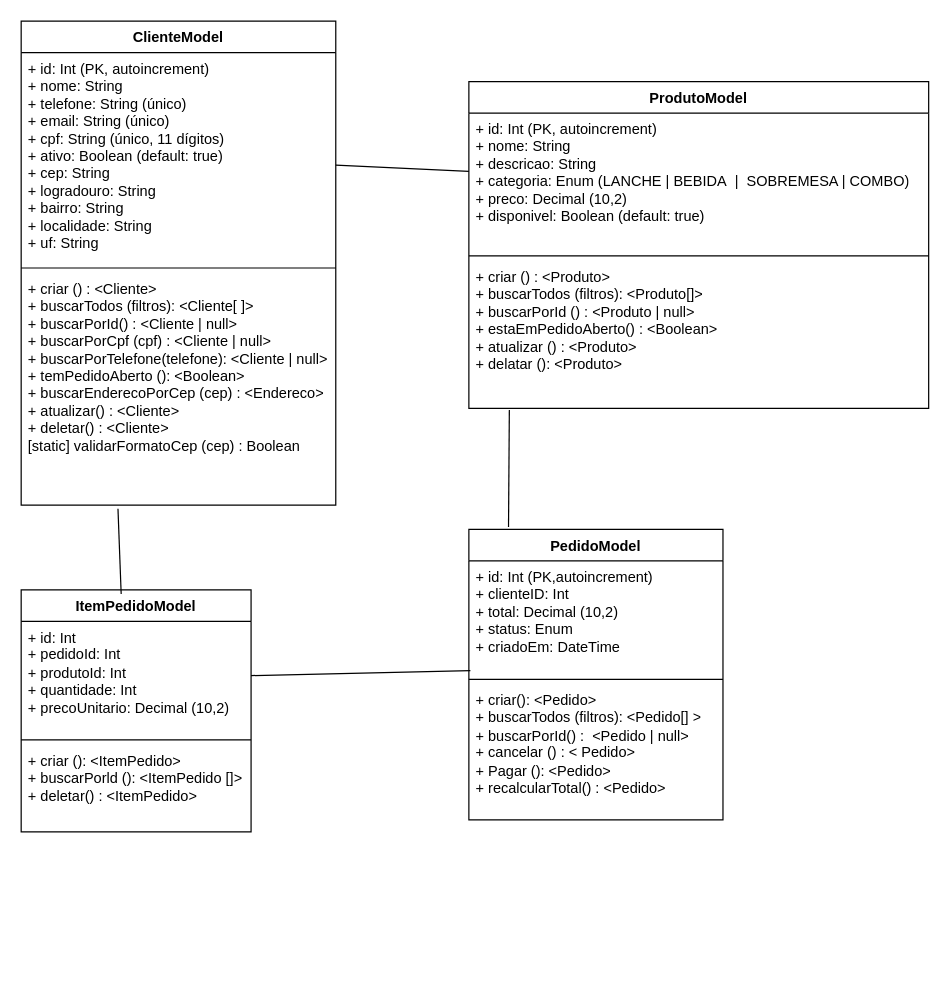
Above: uml/poo.drawio in dudaguimaraes11/lanchonete-backend (draw.io), before the change. Source tidied: cells renumbered, new cells numbered last; positions are measured from the earlier drawing's top-left corner, leaving out a move shared by most shapes. Both pictures are drawn from the tidied source at 121%, with x=0, y=0 at pixel (21, 21).
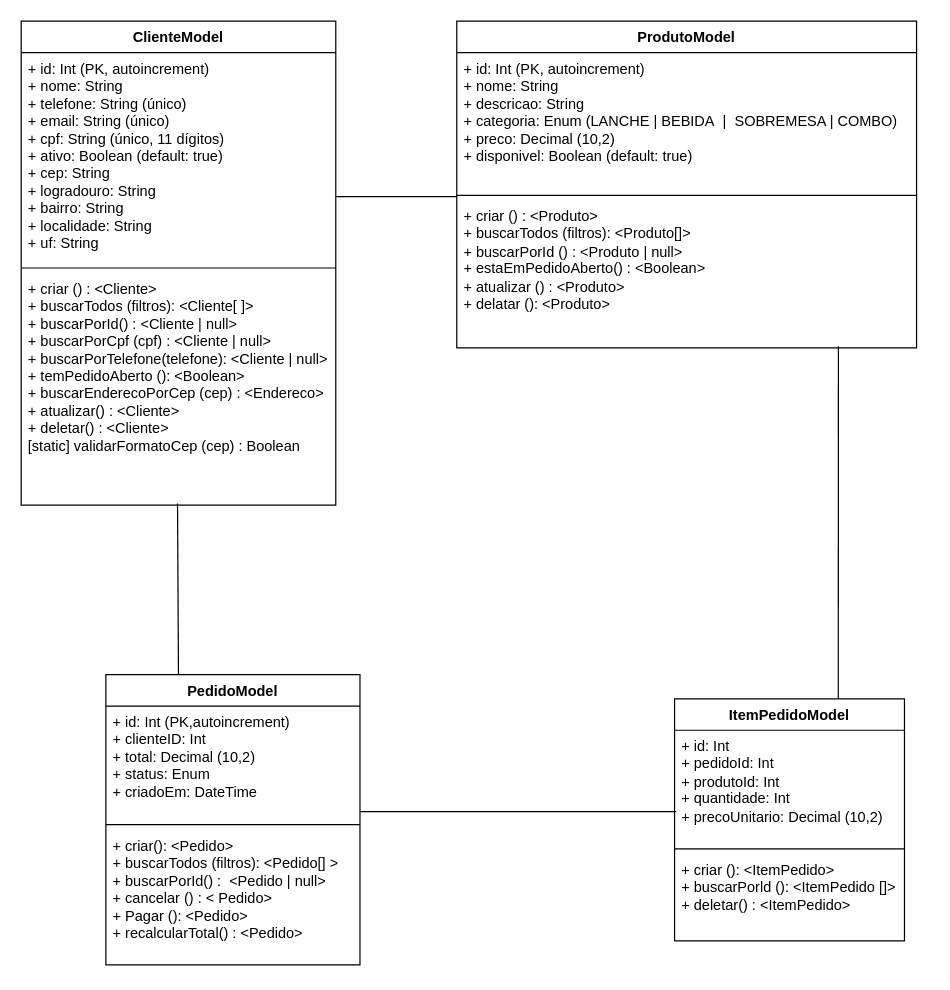
The same page after the edit.

Commit message (it also covers changes not shown here):
Adiciona der e poo io

The change refers to these unchanged cells:
```xml
<mxCell id="3" value="+ id: Int (PK, autoincrement)&lt;div&gt;+ nome: String&lt;/div&gt;&lt;div&gt;+ telefone: String (único)&lt;/div&gt;&lt;div&gt;+ email: String (único)&lt;/div&gt;&lt;div&gt;+ cpf: String (único, 11 dígitos)&lt;/div&gt;&lt;div&gt;+ ativo: Boolean (default: true)&lt;/div&gt;&lt;div&gt;+ cep: String&amp;nbsp;&lt;/div&gt;&lt;div&gt;+ logradouro: String&amp;nbsp;&lt;/div&gt;&lt;div&gt;+ bairro: String&lt;/div&gt;&lt;div&gt;+ localidade: String&amp;nbsp;&lt;br&gt;+ uf: String&amp;nbsp;&lt;/div&gt;&lt;div&gt;&lt;br&gt;&lt;/div&gt;" style="text;strokeColor=none;fillColor=none;align=left;verticalAlign=top;spacingLeft=4;spacingRight=4;overflow=hidden;points=[[0,0.5],[1,0.5]];portConstraint=eastwest;whiteSpace=wrap;html=1;" parent="2" vertex="1">
  <mxGeometry y="26" width="260" height="174" as="geometry" />
</mxCell>
<mxCell id="5" value="+ criar () : &amp;lt;Cliente&amp;gt;&lt;div&gt;+ buscarTodos (filtros): &amp;lt;Cliente[ ]&amp;gt;&lt;/div&gt;&lt;div&gt;+ buscarPorId() : &amp;lt;Cliente | null&amp;gt;&lt;/div&gt;&lt;div&gt;+ buscarPorCpf (cpf) : &amp;lt;Cliente | null&amp;gt;&lt;/div&gt;&lt;div&gt;+ buscarPorTelefone(telefone): &amp;lt;Cliente | null&amp;gt;&lt;/div&gt;&lt;div&gt;+ temPedidoAberto (): &amp;lt;Boolean&amp;gt;&lt;/div&gt;&lt;div&gt;+ buscarEnderecoPorCep (cep) : &amp;lt;Endereco&amp;gt;&lt;/div&gt;&lt;div&gt;+ atualizar() : &amp;lt;Cliente&amp;gt;&amp;nbsp;&lt;/div&gt;&lt;div&gt;+ deletar() : &amp;lt;Cliente&amp;gt;&lt;/div&gt;&lt;div&gt;[static] validarFormatoCep (cep) : Boolean&lt;/div&gt;&lt;div&gt;&lt;br&gt;&lt;/div&gt;" style="text;strokeColor=none;fillColor=none;align=left;verticalAlign=top;spacingLeft=4;spacingRight=4;overflow=hidden;points=[[0,0.5],[1,0.5]];portConstraint=eastwest;whiteSpace=wrap;html=1;" parent="2" vertex="1">
  <mxGeometry y="208" width="260" height="192" as="geometry" />
</mxCell>
<mxCell id="7" value="&lt;div&gt;+ id: Int (PK, autoincrement)&lt;/div&gt;&lt;div&gt;+ nome: String&lt;/div&gt;&lt;div&gt;+ descricao: String&lt;/div&gt;&lt;div&gt;+ categoria: Enum (LANCHE | BEBIDA&amp;nbsp; |&amp;nbsp; SOBREMESA | COMBO)&lt;/div&gt;&lt;div&gt;+ preco: Decimal (10,2)&lt;/div&gt;&lt;div&gt;+ disponivel: Boolean (default: true)&lt;/div&gt;" style="text;strokeColor=none;fillColor=none;align=left;verticalAlign=top;spacingLeft=4;spacingRight=4;overflow=hidden;points=[[0,0.5],[1,0.5]];portConstraint=eastwest;whiteSpace=wrap;html=1;" parent="6" vertex="1">
  <mxGeometry y="26" width="380" height="114" as="geometry" />
</mxCell>
<mxCell id="9" value="+ criar () : &amp;lt;Produto&amp;gt;&lt;div&gt;&lt;font color=&quot;#000000&quot;&gt;+ buscarTodos (filtros): &amp;lt;Produto[]&amp;gt;&lt;br&gt;&lt;/font&gt;&lt;div&gt;+ buscarPorId () : &amp;lt;Produto | null&amp;gt;&lt;/div&gt;&lt;div&gt;+ estaEmPedidoAberto() : &amp;lt;Boolean&amp;gt;&lt;/div&gt;&lt;div&gt;+ atualizar () : &amp;lt;Produto&amp;gt;&lt;/div&gt;&lt;div&gt;+ delatar (): &amp;lt;Produto&amp;gt;&lt;/div&gt;&lt;div&gt;&lt;br&gt;&lt;/div&gt;&lt;div&gt;&lt;br&gt;&lt;/div&gt;&lt;/div&gt;" style="text;strokeColor=none;fillColor=none;align=left;verticalAlign=top;spacingLeft=4;spacingRight=4;overflow=hidden;points=[[0,0.5],[1,0.5]];portConstraint=eastwest;whiteSpace=wrap;html=1;" parent="6" vertex="1">
  <mxGeometry y="148" width="380" height="122" as="geometry" />
</mxCell>
<mxCell id="11" value="+ id: Int (PK,autoincrement)&lt;div&gt;+ clienteID: Int&amp;nbsp;&lt;/div&gt;&lt;div&gt;+ total: Decimal (10,2)&amp;nbsp;&lt;/div&gt;&lt;div&gt;+ status: Enum&amp;nbsp;&lt;/div&gt;&lt;div&gt;+ criadoEm: DateTime&amp;nbsp;&lt;/div&gt;" style="text;strokeColor=none;fillColor=none;align=left;verticalAlign=top;spacingLeft=4;spacingRight=4;overflow=hidden;points=[[0,0.5],[1,0.5]];portConstraint=eastwest;whiteSpace=wrap;html=1;" parent="10" vertex="1">
  <mxGeometry y="26" width="210" height="94" as="geometry" />
</mxCell>
<mxCell id="15" value="+ id: Int&lt;div&gt;+ pedidoId: Int&lt;/div&gt;&lt;div&gt;+ produtoId: Int&lt;/div&gt;&lt;div&gt;+ quantidade: Int&lt;/div&gt;&lt;div&gt;+ precoUnitario: Decimal (10,2)&lt;/div&gt;&lt;div&gt;&lt;br&gt;&lt;/div&gt;" style="text;strokeColor=none;fillColor=none;align=left;verticalAlign=top;spacingLeft=4;spacingRight=4;overflow=hidden;points=[[0,0.5],[1,0.5]];portConstraint=eastwest;whiteSpace=wrap;html=1;" parent="14" vertex="1">
  <mxGeometry y="26" width="190" height="94" as="geometry" />
</mxCell>
```

Change to the diagram source:
```diff
@@
     <mxCell id="6" value="ProdutoModel&lt;div&gt;&lt;br&gt;&lt;/div&gt;" style="swimlane;fontStyle=1;align=center;verticalAlign=top;horizontal=1;startSize=26;whiteSpace=wrap;html=1;" parent="1" vertex="1">
-      <mxGeometry x="370" y="50" width="380" height="270" as="geometry" />
+      <mxGeometry x="360" width="380" height="270" as="geometry" />
     </mxCell>
@@
     <mxCell id="10" value="PedidoModel" style="swimlane;fontStyle=1;align=center;verticalAlign=top;horizontal=1;startSize=26;whiteSpace=wrap;html=1;" parent="1" vertex="1">
-      <mxGeometry x="370" y="420" width="210" height="240" as="geometry" />
+      <mxGeometry x="70" y="540" width="210" height="240" as="geometry" />
     </mxCell>
@@
     <mxCell id="14" value="ItemPedidoModel" style="swimlane;fontStyle=1;align=center;verticalAlign=top;horizontal=1;startSize=26;whiteSpace=wrap;html=1;" parent="1" vertex="1">
-      <mxGeometry y="470" width="190" height="200" as="geometry" />
+      <mxGeometry x="540" y="560" width="190" height="200" as="geometry" />
     </mxCell>
@@
-    <mxCell id="18" style="edgeStyle=none;html=1;endArrow=none;endFill=0;" parent="1" edge="1" source="3" target="7">
-      <mxGeometry relative="1" as="geometry" />
-    </mxCell>
-    <mxCell id="19" style="edgeStyle=none;html=1;endArrow=none;endFill=0;entryX=0.156;entryY=-0.008;entryDx=0;entryDy=0;entryPerimeter=0;exitX=0.088;exitY=1.011;exitDx=0;exitDy=0;exitPerimeter=0;" parent="1" edge="1" source="9" target="10">
+    <mxCell id="19" style="edgeStyle=none;html=1;endArrow=none;endFill=0;exitX=0.83;exitY=0.989;exitDx=0;exitDy=0;exitPerimeter=0;entryX=0.712;entryY=0;entryDx=0;entryDy=0;entryPerimeter=0;" parent="1" edge="1" source="9" target="14">
       <mxGeometry relative="1" as="geometry" />
     </mxCell>
-    <mxCell id="20" style="edgeStyle=none;html=1;endArrow=none;endFill=0;entryX=0.006;entryY=0.965;entryDx=0;entryDy=0;entryPerimeter=0;" parent="1" edge="1" source="15" target="11">
+    <mxCell id="20" style="edgeStyle=none;html=1;endArrow=none;endFill=0;entryX=1;entryY=0.929;entryDx=0;entryDy=0;entryPerimeter=0;exitX=0.007;exitY=0.716;exitDx=0;exitDy=0;exitPerimeter=0;" parent="1" edge="1" source="15" target="11">
       <mxGeometry relative="1" as="geometry" />
     </mxCell>
-    <mxCell id="21" style="edgeStyle=none;html=1;endArrow=none;endFill=0;exitX=0.435;exitY=0.017;exitDx=0;exitDy=0;exitPerimeter=0;" parent="1" edge="1" source="14">
+    <mxCell id="21" style="edgeStyle=none;html=1;endArrow=none;endFill=0;entryX=0.497;entryY=0.993;entryDx=0;entryDy=0;entryPerimeter=0;" parent="1" edge="1" target="5">
       <mxGeometry relative="1" as="geometry">
-        <mxPoint x="80" y="403" as="targetPoint" />
+        <mxPoint x="130" y="540" as="sourcePoint" />
       </mxGeometry>
     </mxCell>
+    <mxCell id="22" style="edgeStyle=none;html=1;endArrow=none;endFill=0;" parent="1" edge="1">
+      <mxGeometry relative="1" as="geometry">
+        <mxPoint x="360" y="145" as="sourcePoint" />
+        <mxPoint x="260" y="145" as="targetPoint" />
+      </mxGeometry>
+    </mxCell>
```
